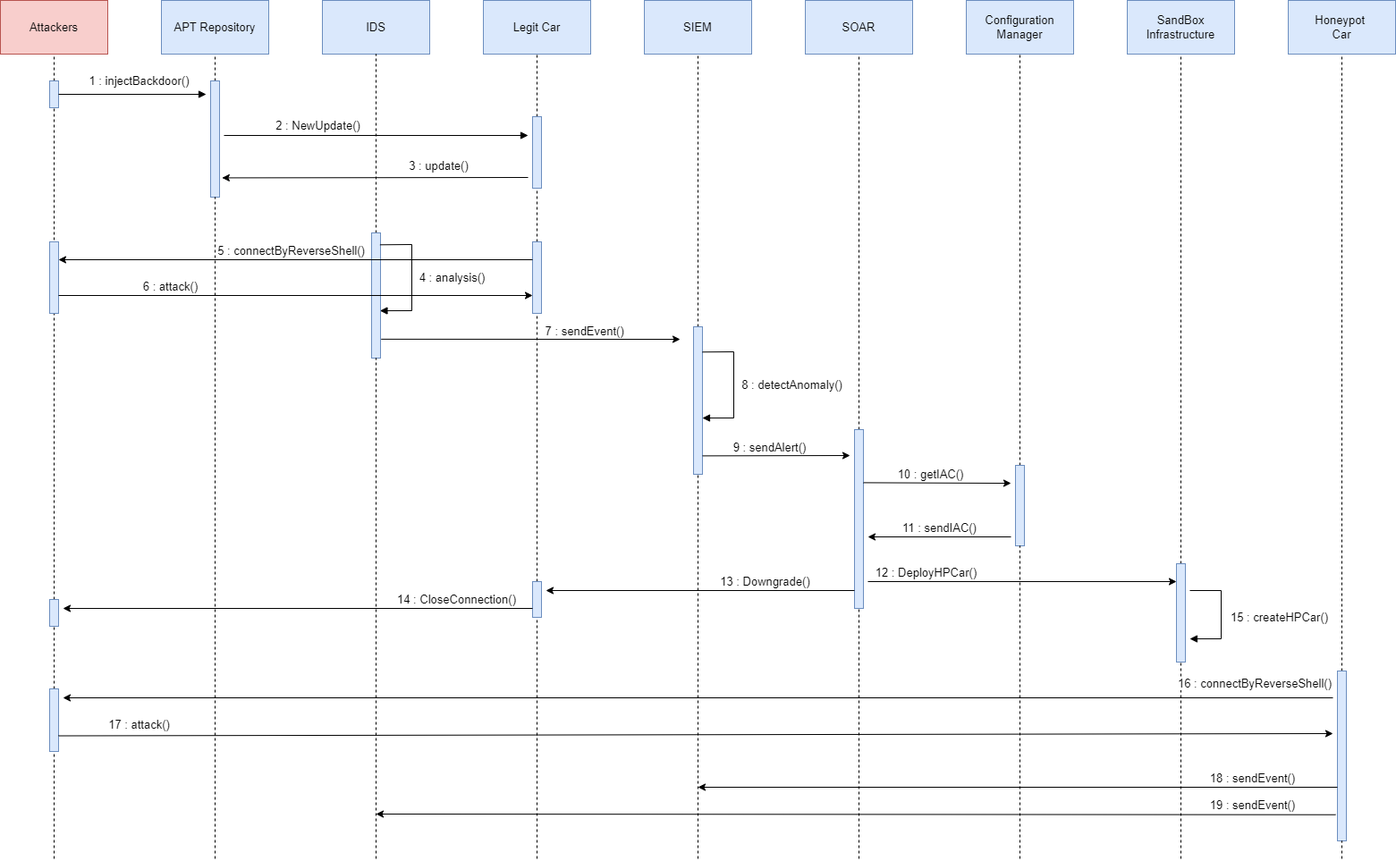
Earlier version of the draw.io export IMAGES/UseCase-sequence.png (cetic/honeypot). Source tidied: cells renumbered, new cells last; positions are measured from the earlier drawing's top-left corner, leaving out a move shared by most shapes.
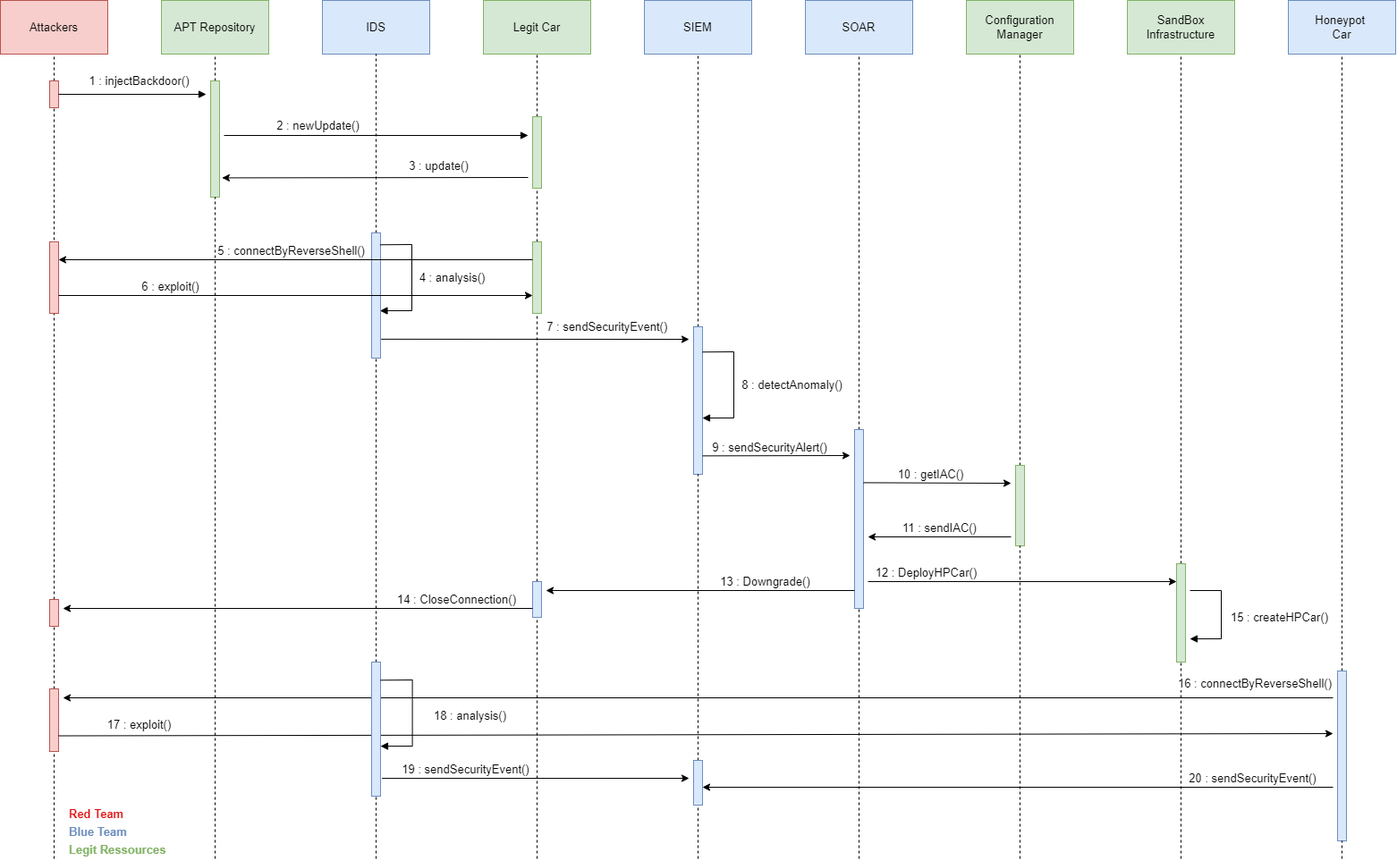
After the change.

Commit message:
Update Use Case - Consideration of github comments (18/07)

Change to the diagram source:
```diff
@@ -10,3 +10,3 @@
     </mxCell>
-    <mxCell id="4" value="APT Repository" style="rounded=0;whiteSpace=wrap;html=1;fillColor=#dae8fc;strokeColor=#6c8ebf;fontSize=13;" parent="1" vertex="1">
+    <mxCell id="4" value="APT Repository" style="rounded=0;whiteSpace=wrap;html=1;fillColor=#d5e8d4;strokeColor=#82b366;fontSize=13;" parent="1" vertex="1">
       <mxGeometry x="180" width="120" height="60" as="geometry" />
@@ -22,3 +22,3 @@
     </mxCell>
-    <mxCell id="8" value="Legit Car" style="rounded=0;whiteSpace=wrap;html=1;fillColor=#dae8fc;strokeColor=#6c8ebf;fontSize=13;" parent="1" vertex="1">
+    <mxCell id="8" value="Legit Car" style="rounded=0;whiteSpace=wrap;html=1;fillColor=#d5e8d4;strokeColor=#82b366;fontSize=13;" parent="1" vertex="1">
       <mxGeometry x="540" width="120" height="60" as="geometry" />
@@ -40,3 +40,3 @@
     </mxCell>
-    <mxCell id="14" value="Configuration Manager" style="rounded=0;whiteSpace=wrap;html=1;fillColor=#dae8fc;strokeColor=#6c8ebf;fontSize=13;" parent="1" vertex="1">
+    <mxCell id="14" value="Configuration Manager" style="rounded=0;whiteSpace=wrap;html=1;fillColor=#d5e8d4;strokeColor=#82b366;fontSize=13;" parent="1" vertex="1">
       <mxGeometry x="1080" width="120" height="60" as="geometry" />
@@ -48,3 +48,3 @@
     </mxCell>
-    <mxCell id="16" value="SandBox Infrastructure" style="rounded=0;whiteSpace=wrap;html=1;fillColor=#dae8fc;strokeColor=#6c8ebf;fontSize=13;" parent="1" vertex="1">
+    <mxCell id="16" value="SandBox Infrastructure" style="rounded=0;whiteSpace=wrap;html=1;fillColor=#d5e8d4;strokeColor=#82b366;fontSize=13;" parent="1" vertex="1">
       <mxGeometry x="1260" width="120" height="60" as="geometry" />
@@ -60,3 +60,3 @@
     </mxCell>
-    <mxCell id="20" style="rounded=0;whiteSpace=wrap;html=1;fillColor=#dae8fc;strokeColor=#6c8ebf;fontSize=13;" parent="1" vertex="1">
+    <mxCell id="20" style="rounded=0;whiteSpace=wrap;html=1;fillColor=#f8cecc;strokeColor=#b85450;fontSize=13;" parent="1" vertex="1">
       <mxGeometry x="55" y="90" width="10" height="30" as="geometry" />
@@ -66,3 +66,3 @@
     </mxCell>
-    <mxCell id="22" style="rounded=0;whiteSpace=wrap;html=1;fillColor=#dae8fc;strokeColor=#6c8ebf;fontSize=13;" parent="1" vertex="1">
+    <mxCell id="22" style="rounded=0;whiteSpace=wrap;html=1;fillColor=#d5e8d4;strokeColor=#82b366;fontSize=13;" parent="1" vertex="1">
       <mxGeometry x="235" y="90" width="10" height="130" as="geometry" />
@@ -77,8 +77,6 @@
     </mxCell>
-    <mxCell id="25" style="endArrow=none;dashed=1;html=1;rounded=0;entryX=0.5;entryY=1;entryDx=0;entryDy=0;fontSize=13;" parent="1" edge="1" target="24">
-      <mxGeometry relative="1" as="geometry">
-        <mxPoint x="420" y="960" as="sourcePoint" />
-      </mxGeometry>
+    <mxCell id="25" style="endArrow=none;dashed=1;html=1;rounded=0;entryX=0.5;entryY=1;entryDx=0;entryDy=0;fontSize=13;startArrow=none;" parent="1" edge="1" source="87" target="24">
+      <mxGeometry relative="1" as="geometry" />
     </mxCell>
-    <mxCell id="26" style="rounded=0;whiteSpace=wrap;html=1;fillColor=#dae8fc;strokeColor=#6c8ebf;fontSize=13;" parent="1" vertex="1">
+    <mxCell id="26" style="rounded=0;whiteSpace=wrap;html=1;fillColor=#d5e8d4;strokeColor=#82b366;fontSize=13;" parent="1" vertex="1">
       <mxGeometry x="595" y="130" width="10" height="80" as="geometry" />
@@ -91,6 +89,4 @@
     </mxCell>
-    <mxCell id="29" style="endArrow=none;dashed=1;html=1;rounded=0;entryX=0.5;entryY=1;entryDx=0;entryDy=0;fontSize=13;" parent="1" edge="1" target="28">
-      <mxGeometry relative="1" as="geometry">
-        <mxPoint x="780" y="960" as="sourcePoint" />
-      </mxGeometry>
+    <mxCell id="29" style="endArrow=none;dashed=1;html=1;rounded=0;entryX=0.5;entryY=1;entryDx=0;entryDy=0;fontSize=13;startArrow=none;" parent="1" edge="1" source="85" target="28">
+      <mxGeometry relative="1" as="geometry" />
     </mxCell>
@@ -107,3 +103,3 @@
     </mxCell>
-    <mxCell id="33" value="&lt;span style=&quot;background-color: rgb(255, 255, 255);&quot;&gt;2 : NewUpdate()&lt;/span&gt;" style="text;html=1;align=center;verticalAlign=middle;strokeColor=none;fillColor=none;fontSize=13;fontColor=#000000;" parent="1" vertex="1">
+    <mxCell id="33" value="&lt;span style=&quot;background-color: rgb(255, 255, 255);&quot;&gt;2 : newUpdate()&lt;/span&gt;" style="text;html=1;align=center;verticalAlign=middle;strokeColor=none;fillColor=none;fontSize=13;fontColor=#000000;" parent="1" vertex="1">
       <mxGeometry x="300" y="130" width="110" height="20" as="geometry" />
@@ -118,3 +114,3 @@
     </mxCell>
-    <mxCell id="35" style="rounded=0;whiteSpace=wrap;html=1;fillColor=#dae8fc;strokeColor=#6c8ebf;fontSize=13;" parent="1" vertex="1">
+    <mxCell id="35" style="rounded=0;whiteSpace=wrap;html=1;fillColor=#f8cecc;strokeColor=#b85450;fontSize=13;" parent="1" vertex="1">
       <mxGeometry x="55" y="270" width="10" height="80" as="geometry" />
@@ -132,3 +128,3 @@
     </mxCell>
-    <mxCell id="38" style="rounded=0;whiteSpace=wrap;html=1;fillColor=#dae8fc;strokeColor=#6c8ebf;fontSize=13;" parent="1" vertex="1">
+    <mxCell id="38" style="rounded=0;whiteSpace=wrap;html=1;fillColor=#d5e8d4;strokeColor=#82b366;fontSize=13;" parent="1" vertex="1">
       <mxGeometry x="595" y="270" width="10" height="80" as="geometry" />
@@ -146,3 +142,3 @@
       <mxGeometry relative="1" as="geometry">
-        <mxPoint x="760" y="379" as="targetPoint" />
+        <mxPoint x="770" y="379" as="targetPoint" />
       </mxGeometry>
@@ -152,3 +148,3 @@
     </mxCell>
-    <mxCell id="44" value="&lt;span style=&quot;background-color: rgb(255, 255, 255);&quot;&gt;6 : attack()&lt;/span&gt;" style="text;html=1;align=center;verticalAlign=middle;strokeColor=none;fillColor=none;fontSize=13;fontColor=#000000;" parent="1" vertex="1">
+    <mxCell id="44" value="&lt;span style=&quot;background-color: rgb(255, 255, 255);&quot;&gt;6 : exploit()&lt;/span&gt;" style="text;html=1;align=center;verticalAlign=middle;strokeColor=none;fillColor=none;fontSize=13;fontColor=#000000;" parent="1" vertex="1">
       <mxGeometry x="150" y="310" width="80" height="20" as="geometry" />
@@ -158,4 +154,4 @@
     </mxCell>
-    <mxCell id="46" value="&lt;span style=&quot;background-color: rgb(255, 255, 255);&quot;&gt;7 : sendEvent()&amp;nbsp;&lt;/span&gt;" style="text;html=1;align=center;verticalAlign=middle;strokeColor=none;fillColor=none;fontSize=13;fontColor=#000000;" parent="1" vertex="1">
-      <mxGeometry x="600" y="360" width="110" height="20" as="geometry" />
+    <mxCell id="46" value="&lt;span style=&quot;background-color: rgb(255, 255, 255);&quot;&gt;7 :&amp;nbsp;&lt;/span&gt;&lt;span style=&quot;background-color: rgb(255, 255, 255);&quot;&gt;sendSecurityEvent()&lt;/span&gt;&lt;span style=&quot;background-color: rgb(255, 255, 255);&quot;&gt;&amp;nbsp;&lt;/span&gt;" style="text;html=1;align=center;verticalAlign=middle;strokeColor=none;fillColor=none;fontSize=13;fontColor=#000000;" parent="1" vertex="1">
+      <mxGeometry x="605" y="355" width="150" height="20" as="geometry" />
     </mxCell>
@@ -187,4 +183,4 @@
     </mxCell>
-    <mxCell id="52" value="&lt;span style=&quot;background-color: rgb(255, 255, 255);&quot;&gt;9 : sendAlert()&lt;/span&gt;" style="text;html=1;align=center;verticalAlign=middle;strokeColor=none;fillColor=none;fontSize=13;fontColor=#000000;" parent="1" vertex="1">
-      <mxGeometry x="810" y="490" width="100" height="20" as="geometry" />
+    <mxCell id="52" value="&lt;span style=&quot;background-color: rgb(255, 255, 255);&quot;&gt;9 :&amp;nbsp;&lt;/span&gt;&lt;span style=&quot;background-color: rgb(255, 255, 255);&quot;&gt;sendSecurity&lt;/span&gt;&lt;span style=&quot;background-color: rgb(255, 255, 255);&quot;&gt;Alert()&lt;/span&gt;" style="text;html=1;align=center;verticalAlign=middle;strokeColor=none;fillColor=none;fontSize=13;fontColor=#000000;" parent="1" vertex="1">
+      <mxGeometry x="790" y="490" width="140" height="20" as="geometry" />
     </mxCell>
@@ -199,3 +195,3 @@
     </mxCell>
-    <mxCell id="55" style="rounded=0;whiteSpace=wrap;html=1;fillColor=#dae8fc;strokeColor=#6c8ebf;fontSize=13;" parent="1" vertex="1">
+    <mxCell id="55" style="rounded=0;whiteSpace=wrap;html=1;fillColor=#d5e8d4;strokeColor=#82b366;fontSize=13;" parent="1" vertex="1">
       <mxGeometry x="1135" y="520" width="10" height="90" as="geometry" />
@@ -246,3 +242,3 @@
     </mxCell>
-    <mxCell id="66" style="rounded=0;whiteSpace=wrap;html=1;fillColor=#dae8fc;strokeColor=#6c8ebf;fontSize=13;" parent="1" vertex="1">
+    <mxCell id="66" style="rounded=0;whiteSpace=wrap;html=1;fillColor=#d5e8d4;strokeColor=#82b366;fontSize=13;" parent="1" vertex="1">
       <mxGeometry x="1315" y="630" width="10" height="110" as="geometry" />
@@ -254,3 +250,3 @@
     </mxCell>
-    <mxCell id="68" style="rounded=0;whiteSpace=wrap;html=1;fillColor=#dae8fc;strokeColor=#6c8ebf;fontSize=13;" parent="1" vertex="1">
+    <mxCell id="68" style="rounded=0;whiteSpace=wrap;html=1;fillColor=#f8cecc;strokeColor=#b85450;fontSize=13;" parent="1" vertex="1">
       <mxGeometry x="55" y="670" width="10" height="30" as="geometry" />
@@ -280,3 +276,3 @@
     </mxCell>
-    <mxCell id="75" style="rounded=0;whiteSpace=wrap;html=1;fillColor=#dae8fc;strokeColor=#6c8ebf;fontSize=13;" parent="1" vertex="1">
+    <mxCell id="75" style="rounded=0;whiteSpace=wrap;html=1;fillColor=#f8cecc;strokeColor=#b85450;fontSize=13;" parent="1" vertex="1">
       <mxGeometry x="55" y="770" width="10" height="70" as="geometry" />
@@ -296,4 +292,4 @@
     </mxCell>
-    <mxCell id="79" value="&lt;span style=&quot;background-color: rgb(255, 255, 255);&quot;&gt;17 : attack()&lt;/span&gt;" style="text;html=1;align=center;verticalAlign=middle;strokeColor=none;fillColor=none;fontSize=13;fontColor=#000000;" parent="1" vertex="1">
-      <mxGeometry x="115" y="800" width="80" height="20" as="geometry" />
+    <mxCell id="79" value="&lt;span style=&quot;background-color: rgb(255, 255, 255);&quot;&gt;17 : exploit()&lt;/span&gt;" style="text;html=1;align=center;verticalAlign=middle;strokeColor=none;fillColor=none;fontSize=13;fontColor=#000000;" parent="1" vertex="1">
+      <mxGeometry x="110" y="800" width="90" height="20" as="geometry" />
     </mxCell>
@@ -301,30 +297,68 @@
       <mxGeometry relative="1" as="geometry">
-        <mxPoint x="1495" y="880" as="sourcePoint" />
-        <mxPoint x="780" y="880" as="targetPoint" />
+        <mxPoint x="1490" y="880" as="sourcePoint" />
+        <mxPoint x="785" y="880" as="targetPoint" />
       </mxGeometry>
     </mxCell>
-    <mxCell id="81" value="&lt;span style=&quot;background-color: rgb(255, 255, 255);&quot;&gt;18 : sendEvent()&lt;/span&gt;" style="text;html=1;align=center;verticalAlign=middle;strokeColor=none;fillColor=none;fontSize=13;fontColor=#000000;" parent="1" vertex="1">
-      <mxGeometry x="1345" y="860" width="110" height="20" as="geometry" />
+    <mxCell id="81" value="&lt;span style=&quot;background-color: rgb(255, 255, 255);&quot;&gt;20 : sendSecurityEvent()&lt;/span&gt;" style="text;html=1;align=center;verticalAlign=middle;strokeColor=none;fillColor=none;fontSize=13;fontColor=#000000;" parent="1" vertex="1">
+      <mxGeometry x="1320" y="860" width="160" height="20" as="geometry" />
     </mxCell>
-    <mxCell id="82" style="endArrow=classic;html=1;rounded=0;fontSize=13;fontColor=#000000;exitX=-0.186;exitY=0.846;exitDx=0;exitDy=0;exitPerimeter=0;" parent="1" edge="1" source="30">
-      <mxGeometry relative="1" as="geometry">
-        <mxPoint x="420" y="910" as="targetPoint" />
-      </mxGeometry>
+    <mxCell id="82" value="&lt;span style=&quot;background-color: rgb(255, 255, 255);&quot;&gt;18 : analysis()&lt;/span&gt;" style="text;html=1;align=center;verticalAlign=middle;strokeColor=none;fillColor=none;fontSize=13;fontColor=#000000;" parent="1" vertex="1">
+      <mxGeometry x="475" y="790" width="100" height="20" as="geometry" />
     </mxCell>
-    <mxCell id="83" value="&lt;span style=&quot;background-color: rgb(255, 255, 255);&quot;&gt;19 : sendEvent()&lt;/span&gt;" style="text;html=1;align=center;verticalAlign=middle;strokeColor=none;fillColor=none;fontSize=13;fontColor=#000000;" parent="1" vertex="1">
-      <mxGeometry x="1345" y="890" width="110" height="20" as="geometry" />
+    <mxCell id="83" style="endArrow=block;html=1;rounded=0;fontSize=13;fontColor=#000000;endFill=1;entryX=0.941;entryY=0.622;entryDx=0;entryDy=0;entryPerimeter=0;" parent="1" edge="1">
+      <mxGeometry relative="1" as="geometry">
+        <mxPoint x="1330" y="660" as="sourcePoint" />
+        <mxPoint x="1330" y="714" as="targetPoint" />
+        <Array as="points">
+          <mxPoint x="1365" y="660" />
+          <mxPoint x="1365" y="714" />
+        </Array>
+      </mxGeometry>
     </mxCell>
-    <mxCell id="84" style="endArrow=block;html=1;rounded=0;fontSize=13;fontColor=#000000;endFill=1;entryX=0.941;entryY=0.622;entryDx=0;entryDy=0;entryPerimeter=0;" parent="1" edge="1">
-      <mxGeometry relative="1" as="geometry">
-        <mxPoint x="1330" y="660" as="sourcePoint" />
-        <mxPoint x="1330" y="714" as="targetPoint" />
-        <Array as="points">
-          <mxPoint x="1365" y="660" />
-          <mxPoint x="1365" y="714" />
-        </Array>
-      </mxGeometry>
+    <mxCell id="84" value="&lt;span style=&quot;background-color: rgb(255, 255, 255);&quot;&gt;15 : createHPCar()&lt;/span&gt;" style="text;html=1;align=center;verticalAlign=middle;strokeColor=none;fillColor=none;fontSize=13;fontColor=#000000;" parent="1" vertex="1">
+      <mxGeometry x="1370" y="680" width="120" height="20" as="geometry" />
     </mxCell>
-    <mxCell id="85" value="&lt;span style=&quot;background-color: rgb(255, 255, 255);&quot;&gt;15 : createHPCar()&lt;/span&gt;" style="text;html=1;align=center;verticalAlign=middle;points=[];strokeColor=none;fillColor=none;fontSize=13;fontColor=#000000;" parent="1" vertex="1">
-      <mxGeometry x="1370" y="680" width="120" height="20" as="geometry" />
+    <mxCell id="85" style="rounded=0;whiteSpace=wrap;html=1;fillColor=#dae8fc;strokeColor=#6c8ebf;fontSize=13;" parent="1" vertex="1">
+      <mxGeometry x="775" y="850" width="10" height="50" as="geometry" />
     </mxCell>
+    <mxCell id="86" style="endArrow=none;dashed=1;html=1;rounded=0;entryX=0.5;entryY=1;entryDx=0;entryDy=0;fontSize=13;" parent="1" edge="1" target="85">
+      <mxGeometry relative="1" as="geometry">
+        <mxPoint x="780" y="960" as="sourcePoint" />
+      </mxGeometry>
+    </mxCell>
+    <mxCell id="87" style="rounded=0;whiteSpace=wrap;html=1;fillColor=#dae8fc;strokeColor=#6c8ebf;fontSize=13;" parent="1" vertex="1">
+      <mxGeometry x="415" y="740" width="10" height="150" as="geometry" />
+    </mxCell>
+    <mxCell id="88" style="endArrow=none;dashed=1;html=1;rounded=0;entryX=0.5;entryY=1;entryDx=0;entryDy=0;fontSize=13;" parent="1" edge="1" target="87">
+      <mxGeometry relative="1" as="geometry">
+        <mxPoint x="420" y="960" as="sourcePoint" />
+      </mxGeometry>
+    </mxCell>
+    <mxCell id="89" style="endArrow=classic;html=1;rounded=0;fontSize=13;fontColor=#000000;exitX=1.167;exitY=0.867;exitDx=0;exitDy=0;exitPerimeter=0;" parent="1" edge="1" source="87">
+      <mxGeometry relative="1" as="geometry">
+        <mxPoint x="770" y="870" as="targetPoint" />
+      </mxGeometry>
+    </mxCell>
+    <mxCell id="90" style="endArrow=block;html=1;rounded=0;fontSize=13;fontColor=#000000;endFill=1;exitX=0.941;exitY=0.095;exitDx=0;exitDy=0;exitPerimeter=0;entryX=0.941;entryY=0.622;entryDx=0;entryDy=0;entryPerimeter=0;" parent="1" edge="1">
+      <mxGeometry relative="1" as="geometry">
+        <mxPoint x="425" y="760.3" as="sourcePoint" />
+        <mxPoint x="425" y="834.1" as="targetPoint" />
+        <Array as="points">
+          <mxPoint x="460.6" y="760" />
+          <mxPoint x="460.6" y="834" />
+        </Array>
+      </mxGeometry>
+    </mxCell>
+    <mxCell id="91" value="&lt;span style=&quot;background-color: rgb(255, 255, 255);&quot;&gt;19 : sendSecurityEvent()&lt;/span&gt;" style="text;html=1;align=center;verticalAlign=middle;strokeColor=none;fillColor=none;fontSize=13;fontColor=#000000;" parent="1" vertex="1">
+      <mxGeometry x="440" y="850" width="160" height="20" as="geometry" />
+    </mxCell>
+    <mxCell id="92" value="&lt;b&gt;&lt;font color=&quot;#e00909&quot;&gt;Red Team&lt;/font&gt;&lt;/b&gt;" style="text;html=1;align=left;verticalAlign=middle;strokeColor=none;fillColor=none;fontSize=13;fontColor=default;" parent="1" vertex="1">
+      <mxGeometry x="75" y="900" width="80" height="20" as="geometry" />
+    </mxCell>
+    <mxCell id="93" value="&lt;b&gt;Blue Team&lt;/b&gt;" style="text;html=1;align=left;verticalAlign=middle;strokeColor=none;fillColor=none;fontSize=13;fontColor=#6C8EBF;" parent="1" vertex="1">
+      <mxGeometry x="75" y="920" width="80" height="20" as="geometry" />
+    </mxCell>
+    <mxCell id="94" value="&lt;font&gt;Legit Ressources&lt;/font&gt;" style="text;html=1;align=left;verticalAlign=middle;strokeColor=none;fillColor=none;fontSize=13;fontColor=#82B366;fontStyle=1;" parent="1" vertex="1">
+      <mxGeometry x="75" y="940" width="120" height="20" as="geometry" />
+    </mxCell>
   </root>
```
